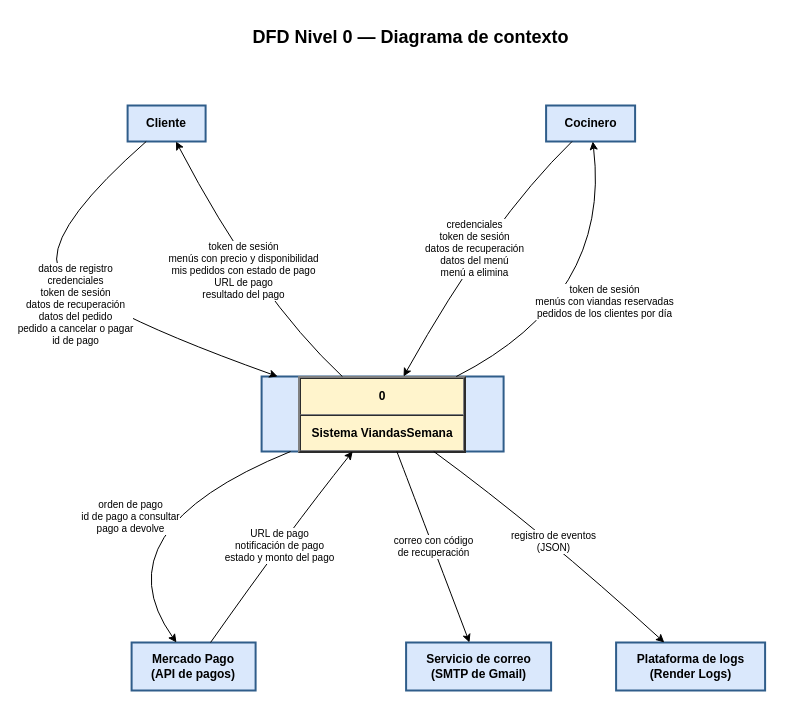
This is docs/diagramas/dfd-0-contexto.drawio from romangustavooberlander-spec/ViandasSemana, a draw.io file, before an edit. Source tidied: cells renumbered, new cells numbered last; positions are measured from the earlier drawing's top-left corner, leaving out a move shared by most shapes. Both pictures are drawn from the tidied source at 100%, with x=0, y=0 at pixel (43, 17).
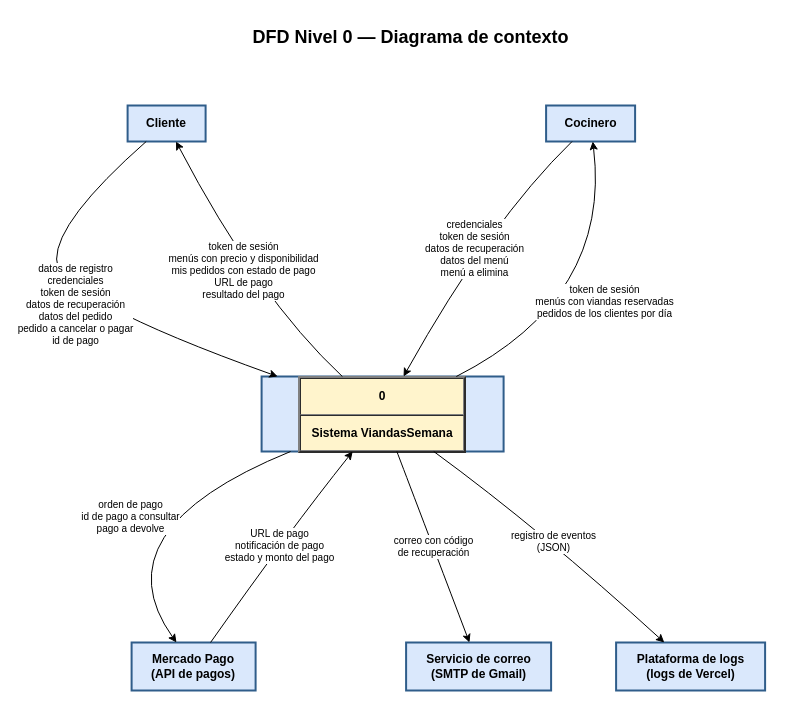
After the change.

What changed in the source:
```diff
@@
-    <mxCell id="7" value="Plataforma de logs&lt;br&gt;(Render Logs)" style="rounded=0;whiteSpace=wrap;html=1;fillColor=#dae8fc;strokeColor=#2f5d8a;strokeWidth=2;fontStyle=1;" parent="1" vertex="1">
+    <mxCell id="7" value="Plataforma de logs&lt;br&gt;(logs de Vercel)" style="rounded=0;whiteSpace=wrap;html=1;fillColor=#dae8fc;strokeColor=#2f5d8a;strokeWidth=2;fontStyle=1;" parent="1" vertex="1">
       <mxGeometry x="572.6" y="625" width="149" height="48" as="geometry" />
     </mxCell>
```
